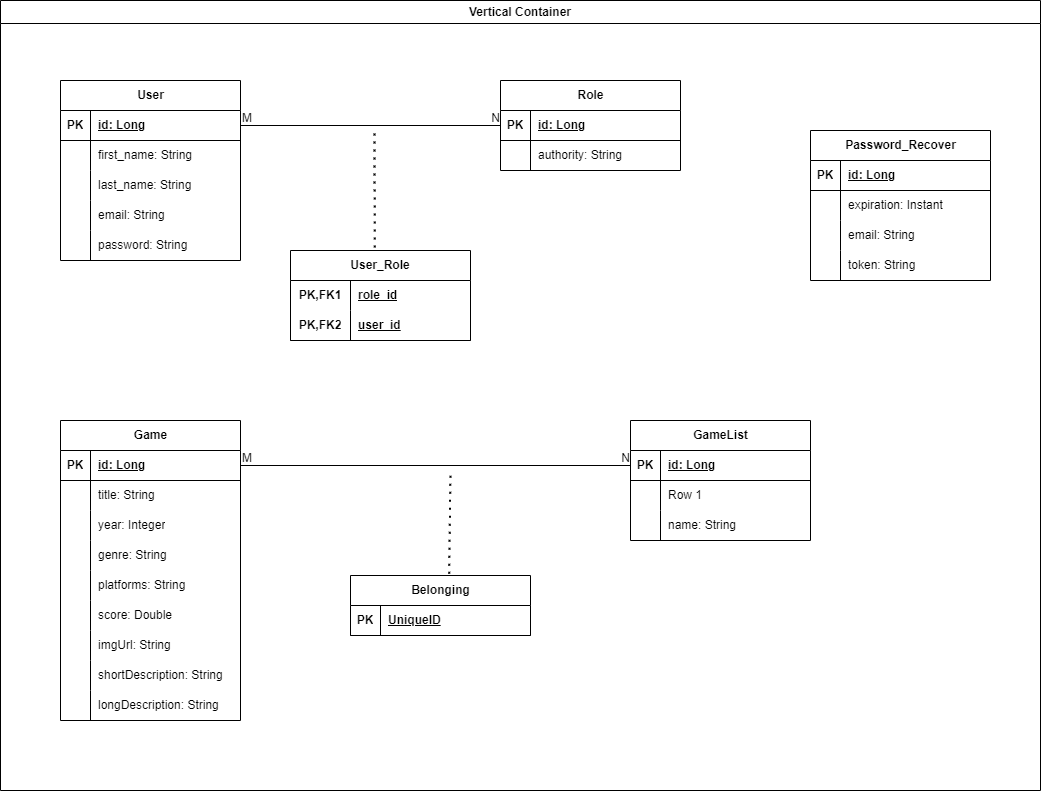
Earlier version of the draw.io export src/main/resources/assets/dslist-model.png (fabioallima/list). Source tidied: cells renumbered, new cells last; positions are measured from the earlier drawing's top-left corner, leaving out a move shared by most shapes.
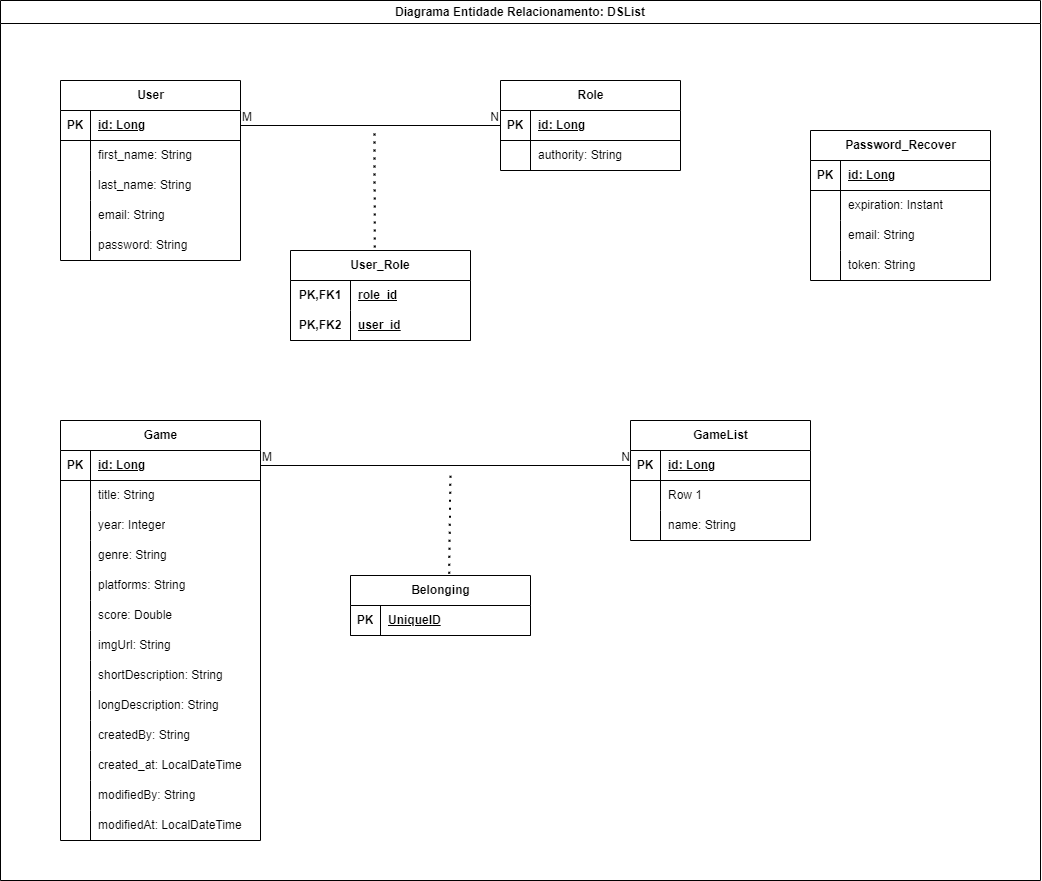
Above is the later version.

Change to the diagram source:
```diff
@@ -3,89 +3,125 @@
     <mxCell id="0" />
     <mxCell id="1" parent="0" />
     <mxCell id="2" value="Game" style="shape=table;startSize=30;rowLines=0;fontStyle=1;align=center;html=1;" parent="1" vertex="1">
-      <mxGeometry x="60" y="420" width="180" height="300" as="geometry" />
+      <mxGeometry x="60" y="420" width="200" height="420" as="geometry" />
     </mxCell>
     <mxCell id="3" style="shape=tableRow;horizontal=0;startSize=0;swimlaneHead=0;swimlaneBody=0;fillColor=none;points=[[0,0.5],[1,0.5]];portConstraint=eastwest;top=0;left=0;right=0;bottom=1;" parent="2" vertex="1">
-      <mxGeometry y="30" width="180" height="30" as="geometry" />
+      <mxGeometry y="30" width="200" height="30" as="geometry" />
     </mxCell>
     <mxCell id="4" value="PK" style="shape=partialRectangle;fillColor=none;top=0;left=0;bottom=0;right=0;fontStyle=1;overflow=hidden;whiteSpace=wrap;html=1;" parent="3" vertex="1">
       <mxGeometry width="30" height="30" as="geometry" />
     </mxCell>
     <mxCell id="5" value="id: Long" style="shape=partialRectangle;fillColor=none;top=0;left=0;bottom=0;right=0;align=left;spacingLeft=6;fontStyle=5;overflow=hidden;whiteSpace=wrap;html=1;" parent="3" vertex="1">
-      <mxGeometry x="30" width="150" height="30" as="geometry" />
+      <mxGeometry x="30" width="170" height="30" as="geometry" />
     </mxCell>
     <mxCell id="6" style="shape=tableRow;horizontal=0;startSize=0;swimlaneHead=0;swimlaneBody=0;fillColor=none;top=0;left=0;right=0;bottom=0;" parent="2" vertex="1">
-      <mxGeometry y="60" width="180" height="30" as="geometry" />
+      <mxGeometry y="60" width="200" height="30" as="geometry" />
     </mxCell>
     <mxCell id="7" style="shape=partialRectangle;fillColor=none;top=0;left=0;bottom=0;right=0;overflow=hidden;whiteSpace=wrap;html=1;" parent="6" vertex="1">
       <mxGeometry width="30" height="30" as="geometry" />
     </mxCell>
     <mxCell id="8" value="title: String" style="shape=partialRectangle;fillColor=none;top=0;left=0;bottom=0;right=0;align=left;spacingLeft=6;overflow=hidden;whiteSpace=wrap;html=1;" parent="6" vertex="1">
-      <mxGeometry x="30" width="150" height="30" as="geometry" />
+      <mxGeometry x="30" width="170" height="30" as="geometry" />
     </mxCell>
     <mxCell id="9" style="shape=tableRow;horizontal=0;startSize=0;swimlaneHead=0;swimlaneBody=0;fillColor=none;top=0;left=0;right=0;bottom=0;" parent="2" vertex="1">
-      <mxGeometry y="90" width="180" height="30" as="geometry" />
+      <mxGeometry y="90" width="200" height="30" as="geometry" />
     </mxCell>
     <mxCell id="10" style="shape=partialRectangle;fillColor=none;top=0;left=0;bottom=0;right=0;overflow=hidden;whiteSpace=wrap;html=1;" parent="9" vertex="1">
       <mxGeometry width="30" height="30" as="geometry" />
     </mxCell>
     <mxCell id="11" value="year: Integer" style="shape=partialRectangle;fillColor=none;top=0;left=0;bottom=0;right=0;align=left;spacingLeft=6;overflow=hidden;whiteSpace=wrap;html=1;" parent="9" vertex="1">
-      <mxGeometry x="30" width="150" height="30" as="geometry" />
+      <mxGeometry x="30" width="170" height="30" as="geometry" />
     </mxCell>
     <mxCell id="12" style="shape=tableRow;horizontal=0;startSize=0;swimlaneHead=0;swimlaneBody=0;fillColor=none;top=0;left=0;right=0;bottom=0;" parent="2" vertex="1">
-      <mxGeometry y="120" width="180" height="30" as="geometry" />
+      <mxGeometry y="120" width="200" height="30" as="geometry" />
     </mxCell>
     <mxCell id="13" style="shape=partialRectangle;fillColor=none;top=0;left=0;bottom=0;right=0;overflow=hidden;whiteSpace=wrap;html=1;" parent="12" vertex="1">
       <mxGeometry width="30" height="30" as="geometry" />
     </mxCell>
     <mxCell id="14" value="genre: String" style="shape=partialRectangle;fillColor=none;top=0;left=0;bottom=0;right=0;align=left;spacingLeft=6;overflow=hidden;whiteSpace=wrap;html=1;" parent="12" vertex="1">
-      <mxGeometry x="30" width="150" height="30" as="geometry" />
+      <mxGeometry x="30" width="170" height="30" as="geometry" />
     </mxCell>
     <mxCell id="15" style="shape=tableRow;horizontal=0;startSize=0;swimlaneHead=0;swimlaneBody=0;fillColor=none;top=0;left=0;right=0;bottom=0;" parent="2" vertex="1">
-      <mxGeometry y="150" width="180" height="30" as="geometry" />
+      <mxGeometry y="150" width="200" height="30" as="geometry" />
     </mxCell>
     <mxCell id="16" style="shape=partialRectangle;fillColor=none;top=0;left=0;bottom=0;right=0;overflow=hidden;whiteSpace=wrap;html=1;" parent="15" vertex="1">
       <mxGeometry width="30" height="30" as="geometry" />
     </mxCell>
     <mxCell id="17" value="platforms: String" style="shape=partialRectangle;fillColor=none;top=0;left=0;bottom=0;right=0;align=left;spacingLeft=6;overflow=hidden;whiteSpace=wrap;html=1;" parent="15" vertex="1">
-      <mxGeometry x="30" width="150" height="30" as="geometry" />
+      <mxGeometry x="30" width="170" height="30" as="geometry" />
     </mxCell>
     <mxCell id="18" style="shape=tableRow;horizontal=0;startSize=0;swimlaneHead=0;swimlaneBody=0;fillColor=none;top=0;left=0;right=0;bottom=0;" parent="2" vertex="1">
-      <mxGeometry y="180" width="180" height="30" as="geometry" />
+      <mxGeometry y="180" width="200" height="30" as="geometry" />
     </mxCell>
     <mxCell id="19" style="shape=partialRectangle;fillColor=none;top=0;left=0;bottom=0;right=0;overflow=hidden;whiteSpace=wrap;html=1;" parent="18" vertex="1">
       <mxGeometry width="30" height="30" as="geometry" />
     </mxCell>
     <mxCell id="20" value="score: Double" style="shape=partialRectangle;fillColor=none;top=0;left=0;bottom=0;right=0;align=left;spacingLeft=6;overflow=hidden;whiteSpace=wrap;html=1;" parent="18" vertex="1">
-      <mxGeometry x="30" width="150" height="30" as="geometry" />
+      <mxGeometry x="30" width="170" height="30" as="geometry" />
     </mxCell>
     <mxCell id="21" style="shape=tableRow;horizontal=0;startSize=0;swimlaneHead=0;swimlaneBody=0;fillColor=none;top=0;left=0;right=0;bottom=0;" parent="2" vertex="1">
-      <mxGeometry y="210" width="180" height="30" as="geometry" />
+      <mxGeometry y="210" width="200" height="30" as="geometry" />
     </mxCell>
     <mxCell id="22" style="shape=partialRectangle;fillColor=none;top=0;left=0;bottom=0;right=0;overflow=hidden;whiteSpace=wrap;html=1;" parent="21" vertex="1">
       <mxGeometry width="30" height="30" as="geometry" />
     </mxCell>
     <mxCell id="23" value="imgUrl: String" style="shape=partialRectangle;fillColor=none;top=0;left=0;bottom=0;right=0;align=left;spacingLeft=6;overflow=hidden;whiteSpace=wrap;html=1;" parent="21" vertex="1">
-      <mxGeometry x="30" width="150" height="30" as="geometry" />
+      <mxGeometry x="30" width="170" height="30" as="geometry" />
     </mxCell>
     <mxCell id="24" style="shape=tableRow;horizontal=0;startSize=0;swimlaneHead=0;swimlaneBody=0;fillColor=none;top=0;left=0;right=0;bottom=0;" parent="2" vertex="1">
-      <mxGeometry y="240" width="180" height="30" as="geometry" />
+      <mxGeometry y="240" width="200" height="30" as="geometry" />
     </mxCell>
     <mxCell id="25" style="shape=partialRectangle;fillColor=none;top=0;left=0;bottom=0;right=0;overflow=hidden;whiteSpace=wrap;html=1;" parent="24" vertex="1">
       <mxGeometry width="30" height="30" as="geometry" />
     </mxCell>
     <mxCell id="26" value="shortDescription: String" style="shape=partialRectangle;fillColor=none;top=0;left=0;bottom=0;right=0;align=left;spacingLeft=6;overflow=hidden;whiteSpace=wrap;html=1;" parent="24" vertex="1">
-      <mxGeometry x="30" width="150" height="30" as="geometry" />
+      <mxGeometry x="30" width="170" height="30" as="geometry" />
     </mxCell>
     <mxCell id="27" style="shape=tableRow;horizontal=0;startSize=0;swimlaneHead=0;swimlaneBody=0;fillColor=none;top=0;left=0;right=0;bottom=0;" parent="2" vertex="1">
-      <mxGeometry y="270" width="180" height="30" as="geometry" />
+      <mxGeometry y="270" width="200" height="30" as="geometry" />
     </mxCell>
     <mxCell id="28" style="shape=partialRectangle;fillColor=none;top=0;left=0;bottom=0;right=0;overflow=hidden;whiteSpace=wrap;html=1;" parent="27" vertex="1">
       <mxGeometry width="30" height="30" as="geometry" />
     </mxCell>
     <mxCell id="29" value="longDescription: String" style="shape=partialRectangle;fillColor=none;top=0;left=0;bottom=0;right=0;align=left;spacingLeft=6;overflow=hidden;whiteSpace=wrap;html=1;" parent="27" vertex="1">
-      <mxGeometry x="30" width="150" height="30" as="geometry" />
+      <mxGeometry x="30" width="170" height="30" as="geometry" />
     </mxCell>
+    <mxCell id="96" style="shape=tableRow;horizontal=0;startSize=0;swimlaneHead=0;swimlaneBody=0;fillColor=none;top=0;left=0;right=0;bottom=0;" parent="2" vertex="1">
+      <mxGeometry y="300" width="200" height="30" as="geometry" />
+    </mxCell>
+    <mxCell id="97" style="shape=partialRectangle;fillColor=none;top=0;left=0;bottom=0;right=0;overflow=hidden;whiteSpace=wrap;html=1;" parent="96" vertex="1">
+      <mxGeometry width="30" height="30" as="geometry" />
+    </mxCell>
+    <mxCell id="98" value="createdBy: String" style="shape=partialRectangle;fillColor=none;top=0;left=0;bottom=0;right=0;align=left;spacingLeft=6;overflow=hidden;whiteSpace=wrap;html=1;" parent="96" vertex="1">
+      <mxGeometry x="30" width="170" height="30" as="geometry" />
+    </mxCell>
+    <mxCell id="99" style="shape=tableRow;horizontal=0;startSize=0;swimlaneHead=0;swimlaneBody=0;fillColor=none;top=0;left=0;right=0;bottom=0;" parent="2" vertex="1">
+      <mxGeometry y="330" width="200" height="30" as="geometry" />
+    </mxCell>
+    <mxCell id="100" style="shape=partialRectangle;fillColor=none;top=0;left=0;bottom=0;right=0;overflow=hidden;whiteSpace=wrap;html=1;" parent="99" vertex="1">
+      <mxGeometry width="30" height="30" as="geometry" />
+    </mxCell>
+    <mxCell id="101" value="created_at: LocalDateTime" style="shape=partialRectangle;fillColor=none;top=0;left=0;bottom=0;right=0;align=left;spacingLeft=6;overflow=hidden;whiteSpace=wrap;html=1;" parent="99" vertex="1">
+      <mxGeometry x="30" width="170" height="30" as="geometry" />
+    </mxCell>
+    <mxCell id="102" style="shape=tableRow;horizontal=0;startSize=0;swimlaneHead=0;swimlaneBody=0;fillColor=none;top=0;left=0;right=0;bottom=0;" parent="2" vertex="1">
+      <mxGeometry y="360" width="200" height="30" as="geometry" />
+    </mxCell>
+    <mxCell id="103" style="shape=partialRectangle;fillColor=none;top=0;left=0;bottom=0;right=0;overflow=hidden;whiteSpace=wrap;html=1;" parent="102" vertex="1">
+      <mxGeometry width="30" height="30" as="geometry" />
+    </mxCell>
+    <mxCell id="104" value="modifiedBy: String" style="shape=partialRectangle;fillColor=none;top=0;left=0;bottom=0;right=0;align=left;spacingLeft=6;overflow=hidden;whiteSpace=wrap;html=1;" parent="102" vertex="1">
+      <mxGeometry x="30" width="170" height="30" as="geometry" />
+    </mxCell>
+    <mxCell id="105" style="shape=tableRow;horizontal=0;startSize=0;swimlaneHead=0;swimlaneBody=0;fillColor=none;top=0;left=0;right=0;bottom=0;" parent="2" vertex="1">
+      <mxGeometry y="390" width="200" height="30" as="geometry" />
+    </mxCell>
+    <mxCell id="106" style="shape=partialRectangle;fillColor=none;top=0;left=0;bottom=0;right=0;overflow=hidden;whiteSpace=wrap;html=1;" parent="105" vertex="1">
+      <mxGeometry width="30" height="30" as="geometry" />
+    </mxCell>
+    <mxCell id="107" value="modifiedAt: LocalDateTime" style="shape=partialRectangle;fillColor=none;top=0;left=0;bottom=0;right=0;align=left;spacingLeft=6;overflow=hidden;whiteSpace=wrap;html=1;" parent="105" vertex="1">
+      <mxGeometry x="30" width="170" height="30" as="geometry" />
+    </mxCell>
     <mxCell id="30" value="GameList" style="shape=table;startSize=30;rowLines=0;fontStyle=1;align=center;html=1;" parent="1" vertex="1">
       <mxGeometry x="630" y="420" width="180" height="120" as="geometry" />
     </mxCell>
@@ -285,8 +321,8 @@
     <mxCell id="94" value="token: String" style="shape=partialRectangle;fillColor=none;top=0;left=0;bottom=0;right=0;align=left;spacingLeft=6;overflow=hidden;whiteSpace=wrap;html=1;" parent="92" vertex="1">
       <mxGeometry x="30" width="150" height="30" as="geometry" />
     </mxCell>
-    <mxCell id="95" value="Vertical Container" style="swimlane;whiteSpace=wrap;html=1;" parent="1" vertex="1">
-      <mxGeometry width="1040" height="790" as="geometry" />
+    <mxCell id="95" value="Diagrama Entidade Relacionamento: DSList" style="swimlane;whiteSpace=wrap;html=1;" parent="1" vertex="1">
+      <mxGeometry width="1040" height="880" as="geometry" />
     </mxCell>
   </root>
 </mxGraphModel>
```
